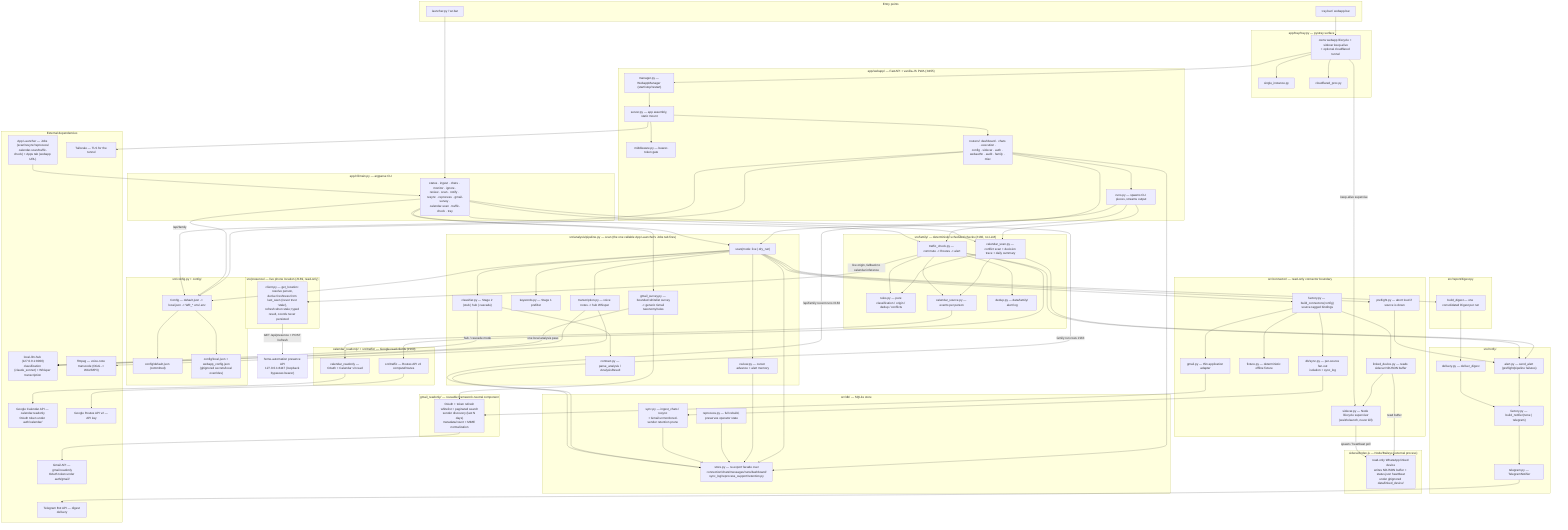
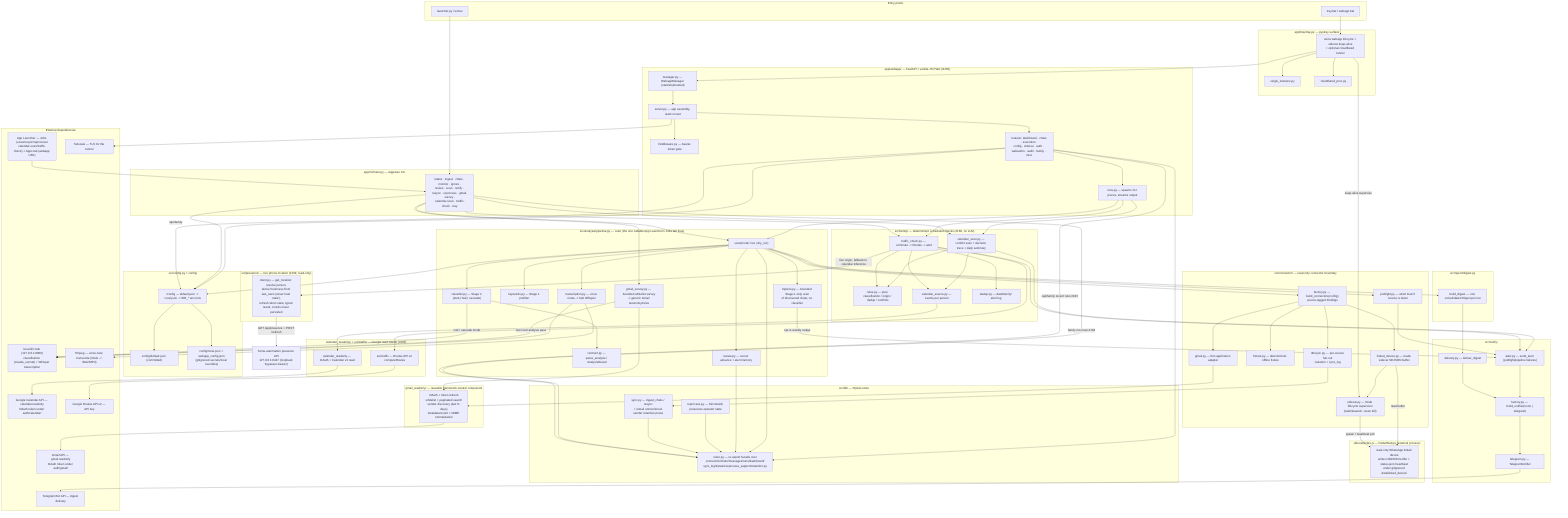
%% docs/architecture.mmd — whatsapp-radar's own internal structure.
%% Hand-authored, not generated (unlike fleet-config's mechanically-aggregated
%% fleet-wide `/system-map`) — this repo's own internal shape is semantic and
%% can't be crawled the same way. Update this diagram in the same PR as any
%% material structural change (a connector added, a pipeline stage moved, a
%% router split) — same anti-staleness contract as this repo's `.fleet.toml`
%% `description` field. See fleet-config's `CLAUDE.md` ("Every repo carries a
%% `.fleet.toml`") for the general convention (ferraroroberto/fleet-config#256).

flowchart TB
  subgraph entry["Entry points"]
    LAUNCHER["launcher.py / wr.bat"]
    TRAYBAT["tray.bat / webapp.bat"]
  end

  subgraph cli["app/cli/main.py — argparse CLI"]
    CLICMDS["status · ingest · chats · monitor · ignore ·\nreview · scan · notify · resync · reprocess · gmail-survey ·\ncalendar-scan · traffic-check · tray"]
  end
  LAUNCHER --> CLICMDS

  subgraph tray["app/tray/tray.py — pystray surface"]
    TRAYPY["owns webapp lifecycle + sidecar keep-alive\n+ optional cloudflared tunnel"]
    SINGLEINST["single_instance.py"]
    CLOUDFLARED["cloudflared_proc.py"]
  end
  TRAYBAT --> TRAYPY
  TRAYPY --> SINGLEINST
  TRAYPY --> CLOUDFLARED

  subgraph webapp["app/webapp/ — FastAPI + vanilla-JS PWA (:8455)"]
    SERVER["server.py — app assembly, static mount"]
    MANAGER["manager.py — WebappManager (start/stop/restart)"]
    MIDDLEWARE["middleware.py — bearer-token gate"]
    RUNS["runs.py — spawns CLI pieces, streams output"]
    ROUTERS["routers/: dashboard · chats · execution ·\nconfig · sidecar · auth · webauthn · audit · family · misc"]
  end
  TRAYPY --> MANAGER
  MANAGER --> SERVER
  SERVER --> MIDDLEWARE
  SERVER --> ROUTERS
  ROUTERS --> RUNS

  subgraph pipeline["src/analysis/pipeline.py — scan (the one callable App Launcher's Jobs tab fires)"]
    SCAN["scan(mode: live | dry_run)"]
    TRANSCRIBE["transcription.py — voice notes -> hub Whisper"]
    KEYWORDS["keywords.py — Stage 1 prefilter"]
+     TRIPWIRE["tripwire.py — bounded Stage-1-only scan\nof discovered chats; no classifier"]
    CLASSIFIER["classifier.py — Stage 2 (stub | hub | cascade)"]
    CONTRACT["contract.py — parse_analysis / AnalysisResult"]
    REVIEW["review.py — cursor advance + alert memory"]
    SURVEY["gmail_survey.py — bounded whitelist survey\n-> generic Gmail taxonomy/rules"]
  end
  CLICMDS --> SCAN
  RUNS --> SCAN
  SCAN --> TRANSCRIBE
  SCAN --> KEYWORDS
+   SCAN --> TRIPWIRE
  SCAN --> CLASSIFIER
  CLASSIFIER --> CONTRACT
  SCAN --> REVIEW
  CLICMDS --> SURVEY

  subgraph connector["src/connector/ — read-only connector boundary"]
    CFACTORY["factory.py — build_connectors(config)\nsource-tagged bindings"]
    FANOUT["db/sync.py — per-source fan-out\nisolation + sync_log"]
    FIXTURE["fixture.py — deterministic offline fixture"]
    LINKED["linked_device.py — reads sidecar NDJSON buffer"]
    GMAIL["gmail.py — thin application adapter"]
    SIDECARPY["sidecar.py — Node lifecycle supervisor\n(wait/relaunch, never kill)"]
    PREFLIGHT["preflight.py — abort loud if source is down"]
  end
  SCAN --> CFACTORY
  CFACTORY --> FANOUT
  CFACTORY --> FIXTURE
  CFACTORY --> LINKED
  CFACTORY --> GMAIL
  SCAN --> PREFLIGHT
  TRAYPY -->|keep-alive supervise| SIDECARPY
  LINKED --> SIDECARPY

  subgraph gmailcore["gmail_readonly/ — reusable framework-neutral component"]
    GMAILCORE["OAuth + token refresh\nwhitelist + paginated search\nsender discovery (last N days)\nmetadata/count + MIME normalization"]
  end
  GMAIL --> GMAILCORE
  SURVEY --> GMAILCORE

  subgraph family["src/family/ — deterministic scheduled checks (#160, no LLM)"]
    FRULES["rules.py — pure classification / origin / dedup / conflicts"]
    FTRAFFIC["traffic_check.py — commute -> Routes -> alert"]
    FCAL["calendar_scan.py — conflict scan + decision trace + daily summary"]
    FSOURCE["calendar_source.py — events per person"]
    FDEDUP["dedup.py — data/family/ alert log"]
  end
  CLICMDS --> FTRAFFIC
  CLICMDS --> FCAL
  FTRAFFIC --> FRULES
  FCAL --> FRULES
  FTRAFFIC --> FSOURCE
  FCAL --> FSOURCE
  FTRAFFIC --> FDEDUP
  FTRAFFIC --> ALERT
  FCAL --> ALERT
  ROUTERS -->|/api/family| CONFIGPY
  ROUTERS -->|/api/family recent runs #163| STORE
  CLICMDS -->|family run rows #163| STORE
  RUNS --> FTRAFFIC
  RUNS --> FCAL

  subgraph calcore["calendar_readonly/ + src/traffic/ — Google read clients (#160)"]
    CALCLIENT["calendar_readonly — OAuth + Calendar v3 read"]
    ROUTESCLIENT["src/traffic — Routes API v2 computeRoutes"]
  end
  FSOURCE --> CALCLIENT
  FTRAFFIC --> ROUTESCLIENT

  subgraph presence["src/presence/ — live phone location (#169, read-only)"]
    PCLIENT["client.py — get_location: resolve person,\nderive freshness from last_seen (never trust 'stale'),\nrefresh when stale; typed result, coords never persisted"]
  end
  FTRAFFIC -->|live origin, fallback to calendar inference| PCLIENT
  PCLIENT -->|GET /api/presence + POST /refresh| HOMEAUTO["home-automation presence API\n127.0.0.1:8447 (loopback bypasses bearer)"]

  subgraph sidecarnode["sidecar/index.js — Node/Baileys (external process)"]
    BAILEYS["read-only WhatsApp linked device\nwrites NDJSON buffer + status.json heartbeat\nunder gitignored data/linked_device/"]
  end
  SIDECARPY -->|spawn / heartbeat poll| BAILEYS
  LINKED -->|read buffer| BAILEYS

  subgraph db["src/db/ — SQLite store"]
-     STORE["store.py — re-export facade over\nconnection/chats/messages/runs/dashboard/\nsync_log/reprocess_support/retention.py"]
+     STORE["store.py — re-export facade over\nconnection/chats/messages/runs/dashboard/\nsync_log/tripwire/reprocess_support/retention.py"]
    SYNC["sync.py — ingest_chats / resync\n+ Gmail unmonitored-sender retention prune"]
    REPROCESS["reprocess.py — full rebuild, preserves operator state"]
  end
  FANOUT --> SYNC
  SYNC --> STORE
  REPROCESS --> STORE
  REVIEW --> STORE
  SCAN --> STORE
  ROUTERS --> STORE

  subgraph report["src/report/digest.py"]
    DIGEST["build_digest — one consolidated Digest per run"]
  end
  SCAN --> DIGEST

  subgraph notify["src/notify/"]
    NFACTORY["factory.py — build_notifier(none | telegram)"]
    DELIVERY["delivery.py — deliver_digest"]
    ALERT["alert.py — send_alert (preflight/pipeline failures)"]
    TELEGRAM["telegram.py — TelegramNotifier"]
  end
  DIGEST --> DELIVERY
  DELIVERY --> NFACTORY
  NFACTORY --> TELEGRAM
  PREFLIGHT --> ALERT
+   TRIPWIRE -->|opt-in weekly nudge| ALERT
  ALERT --> NFACTORY

  subgraph config["src/config.py + config/"]
    CONFIGPY["Config — default.json -> local.json -> WR_* env/.env"]
    DEFAULTJSON["config/default.json (committed)"]
    LOCALJSON["config/local.json + webapp_config.json\n(gitignored secrets/local overrides)"]
  end
  CLICMDS --> CONFIGPY
  SCAN --> CONFIGPY
  ROUTERS --> CONFIGPY
  CONFIGPY --> DEFAULTJSON
  CONFIGPY --> LOCALJSON

  subgraph ext["External dependencies"]
    HUB["local-llm-hub (127.0.0.1:8000)\nclassification (claude_sonnet) + Whisper transcription"]
    TELEGRAMAPI["Telegram Bot API — digest delivery"]
    APPLAUNCHER["App Launcher — Jobs (scan/resync/reprocess/\ncalendar-scan/traffic-check) + Apps tab (webapp URL)"]
    TAILSCALE["Tailscale — TLS for the tunnel"]
    FFMPEG["ffmpeg — voice-note transcode (OGG -> WAV/MP3)"]
    GMAILAPI["Gmail API — gmail.readonly\nOAuth token under auth/gmail/"]
    CALAPI["Google Calendar API — calendar.readonly\nOAuth token under auth/calendar/"]
    ROUTESAPI["Google Routes API v2 — API key"]
  end
  CLASSIFIER -->|hub / cascade mode| HUB
  SURVEY -->|one local analysis pass| HUB
  TRANSCRIBE --> HUB
  TELEGRAM --> TELEGRAMAPI
  APPLAUNCHER --> CLICMDS
  SERVER --> TAILSCALE
  TRANSCRIBE --> FFMPEG
  GMAILCORE --> GMAILAPI
  CALCLIENT --> CALAPI
  ROUTESCLIENT --> ROUTESAPI
